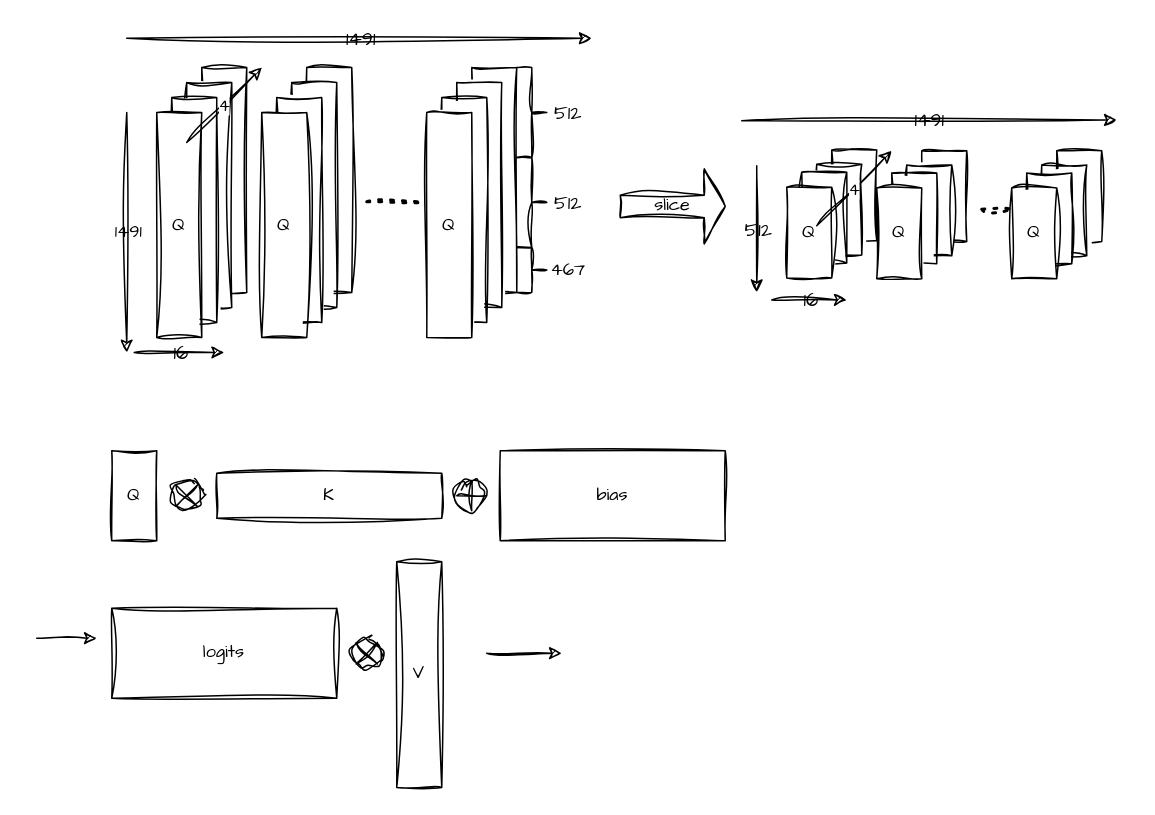
Before: 未命名绘图.drawio in bfishT/bfishT, a draw.io diagram. Source tidied: cells renumbered, new cells numbered last; positions are measured from the earlier drawing's top-left corner, leaving out a move shared by most shapes. Both pictures are drawn from the tidied source at 150%, with x=0, y=0 at pixel (36, 38).
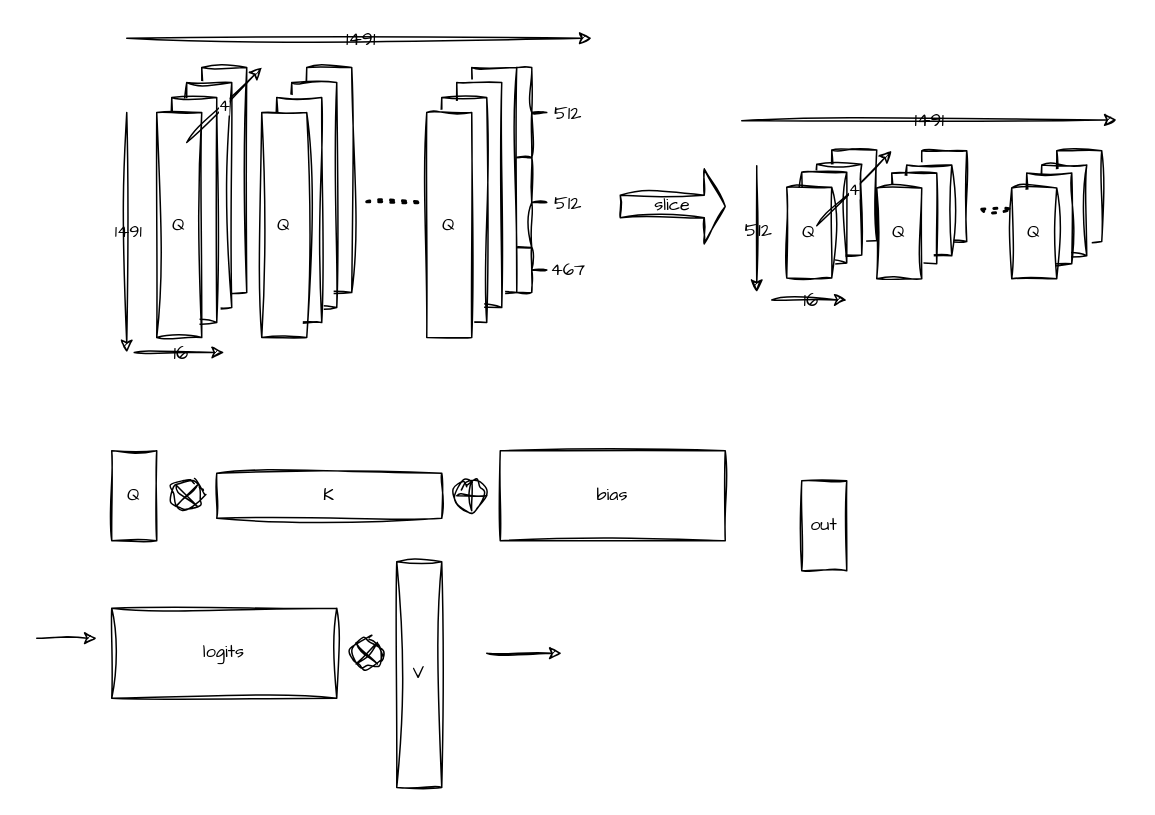
The same page after the edit.

Commit message:
更新未命名绘图.drawio

Change to the diagram source:
```diff
@@
+    <mxCell id="66" value="out" style="rounded=0;whiteSpace=wrap;html=1;sketch=1;hachureGap=4;jiggle=2;curveFitting=1;fontFamily=Architects Daughter;" parent="1" vertex="1">
+      <mxGeometry x="510" y="295" width="30" height="60" as="geometry" />
+    </mxCell>
```
